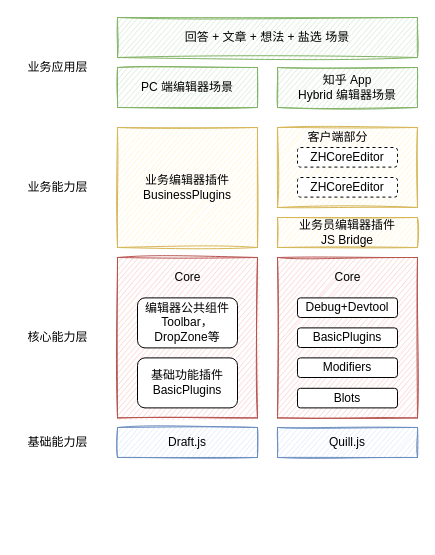
Above: 报警服务架构图.drawio in 1587319019/diagrams (draw.io), before the change. Source tidied: cells renumbered, new cells numbered last; positions are measured from the earlier drawing's top-left corner, leaving out a move shared by most shapes. Both pictures are drawn from the tidied source at 100%, with x=0, y=0 at pixel (17, 17).
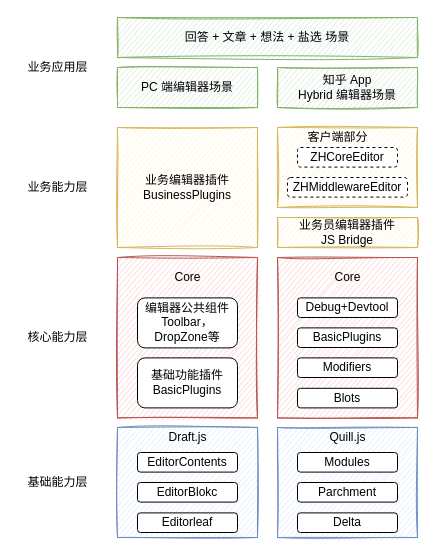
The same diagram, later.

Commit message:
更新报警服务架构图.drawio

The edit, as a diff of the source:
```diff
@@
-    <mxCell id="15" value="ZHCoreEditor" style="rounded=1;whiteSpace=wrap;html=1;sketch=0;dashed=1;" parent="1" vertex="1">
-      <mxGeometry x="280" y="160" width="100" height="19.6" as="geometry" />
+    <mxCell id="15" value="ZHMiddlewareEditor" style="rounded=1;whiteSpace=wrap;html=1;sketch=0;dashed=1;" parent="1" vertex="1">
+      <mxGeometry x="270" y="160" width="120" height="19.6" as="geometry" />
     </mxCell>
@@
-    <mxCell id="18" value="Draft.js" style="rounded=0;whiteSpace=wrap;html=1;sketch=1;fillColor=#dae8fc;strokeColor=#6c8ebf;" parent="1" vertex="1">
-      <mxGeometry x="100" y="410" width="140" height="30" as="geometry" />
+    <mxCell id="18" style="rounded=0;whiteSpace=wrap;html=1;sketch=1;fillColor=#dae8fc;strokeColor=#6c8ebf;" parent="1" vertex="1">
+      <mxGeometry x="100" y="410" width="140" height="110" as="geometry" />
     </mxCell>
-    <mxCell id="19" value="Quill.js" style="rounded=0;whiteSpace=wrap;html=1;sketch=1;fillColor=#dae8fc;strokeColor=#6c8ebf;" parent="1" vertex="1">
-      <mxGeometry x="260" y="410" width="140" height="30" as="geometry" />
+    <mxCell id="19" style="rounded=0;whiteSpace=wrap;html=1;sketch=1;fillColor=#dae8fc;strokeColor=#6c8ebf;" parent="1" vertex="1">
+      <mxGeometry x="260" y="410" width="140" height="110" as="geometry" />
     </mxCell>
@@
     <mxCell id="25" value="基础能力层" style="text;html=1;align=center;verticalAlign=middle;strokeColor=none;fillColor=none;" parent="1" vertex="1">
-      <mxGeometry y="415" width="80" height="20" as="geometry" />
+      <mxGeometry y="455" width="80" height="20" as="geometry" />
     </mxCell>
@@
+    <mxCell id="27" value="&lt;span&gt;Draft.js&lt;/span&gt;" style="text;html=1;align=center;verticalAlign=middle;strokeColor=none;fillColor=none;" parent="1" vertex="1">
+      <mxGeometry x="145" y="410" width="50" height="20" as="geometry" />
+    </mxCell>
+    <mxCell id="28" value="&lt;span&gt;Quill.js&lt;/span&gt;" style="text;html=1;align=center;verticalAlign=middle;strokeColor=none;fillColor=none;" parent="1" vertex="1">
+      <mxGeometry x="305" y="410" width="50" height="20" as="geometry" />
+    </mxCell>
+    <mxCell id="29" value="EditorContents" style="rounded=1;whiteSpace=wrap;html=1;sketch=0;" parent="1" vertex="1">
+      <mxGeometry x="120" y="435" width="100" height="19.6" as="geometry" />
+    </mxCell>
+    <mxCell id="30" value="EditorBlokc" style="rounded=1;whiteSpace=wrap;html=1;sketch=0;" parent="1" vertex="1">
+      <mxGeometry x="120" y="465" width="100" height="19.6" as="geometry" />
+    </mxCell>
+    <mxCell id="31" value="Editorleaf" style="rounded=1;whiteSpace=wrap;html=1;sketch=0;" parent="1" vertex="1">
+      <mxGeometry x="120" y="495.4" width="100" height="19.6" as="geometry" />
+    </mxCell>
+    <mxCell id="32" value="Modules" style="rounded=1;whiteSpace=wrap;html=1;sketch=0;" parent="1" vertex="1">
+      <mxGeometry x="280" y="435" width="100" height="19.6" as="geometry" />
+    </mxCell>
+    <mxCell id="33" value="Parchment" style="rounded=1;whiteSpace=wrap;html=1;sketch=0;" parent="1" vertex="1">
+      <mxGeometry x="280" y="465" width="100" height="19.6" as="geometry" />
+    </mxCell>
+    <mxCell id="34" value="Delta" style="rounded=1;whiteSpace=wrap;html=1;sketch=0;" parent="1" vertex="1">
+      <mxGeometry x="280" y="495.4" width="100" height="19.6" as="geometry" />
+    </mxCell>
```
